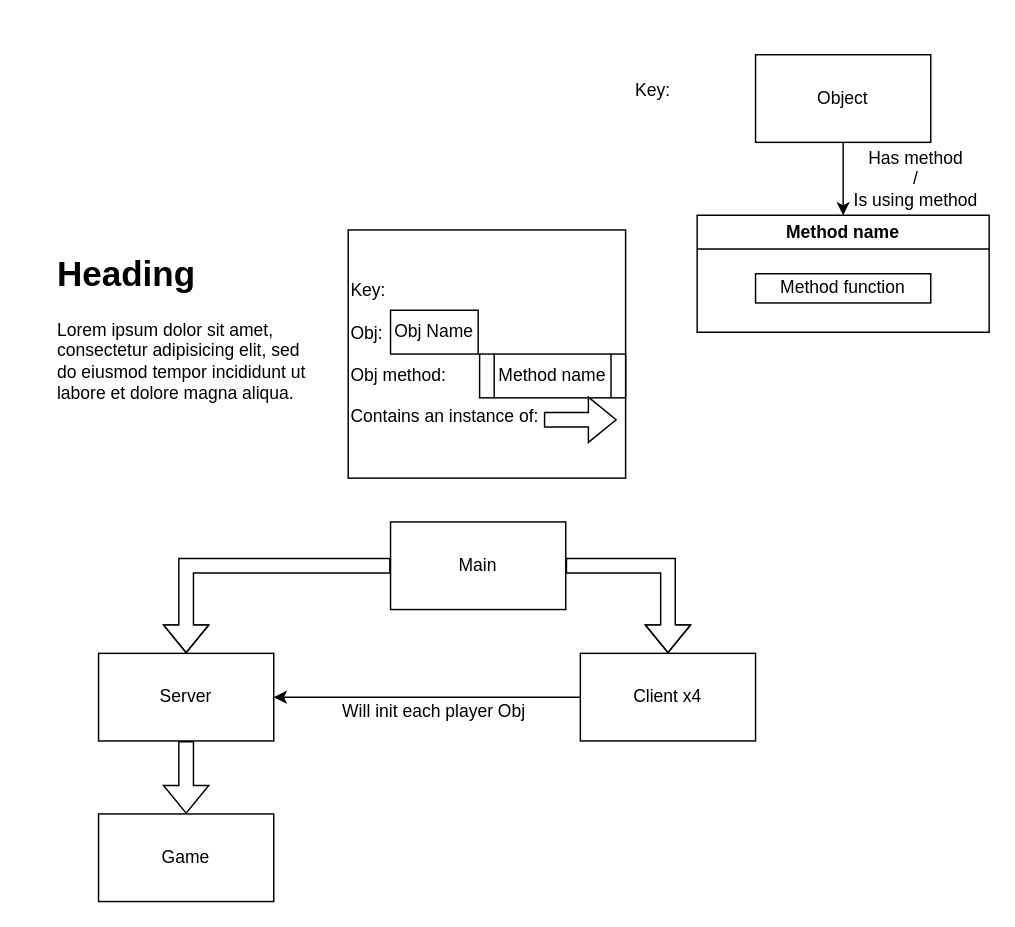
Above: Untitled Diagram.drawio in happyhourxd/EuchreJ (draw.io), before the change. Source tidied: cells renumbered, new cells numbered last; positions are measured from the earlier drawing's top-left corner, leaving out a move shared by most shapes. Both pictures are drawn from the tidied source at 146%, with x=0, y=0 at pixel (54, 54).
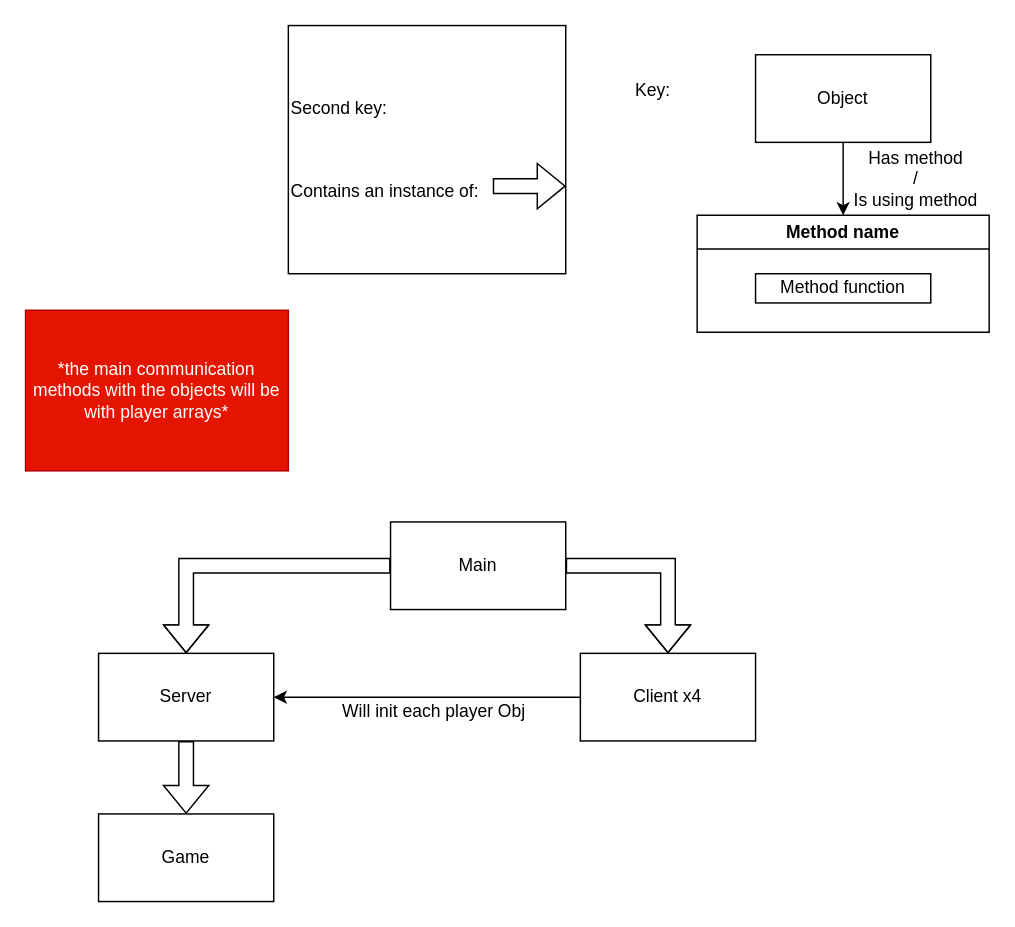
Above is the later version.

Commit message:
improved key and added the main communcation method box

Diff of the diagram source:
```diff
@@
-    <mxCell id="9" value="&lt;h1 style=&quot;margin-top: 0px;&quot;&gt;Heading&lt;/h1&gt;&lt;p&gt;Lorem ipsum dolor sit amet, consectetur adipisicing elit, sed do eiusmod tempor incididunt ut labore et dolore magna aliqua.&lt;/p&gt;" style="text;html=1;whiteSpace=wrap;overflow=hidden;rounded=0;" parent="1" vertex="1">
-      <mxGeometry y="130" width="180" height="120" as="geometry" />
-    </mxCell>
-    <mxCell id="10" value="&lt;div&gt;Key:&lt;/div&gt;&lt;div&gt;&lt;br&gt;&lt;/div&gt;&lt;div&gt;Obj:&lt;/div&gt;&lt;div&gt;&lt;br&gt;&lt;/div&gt;&lt;div&gt;Obj method:&lt;/div&gt;&lt;div&gt;&lt;br&gt;&lt;/div&gt;&lt;div&gt;Contains an instance of: &lt;br&gt;&lt;/div&gt;" style="rounded=0;whiteSpace=wrap;html=1;labelPosition=center;verticalLabelPosition=middle;align=left;verticalAlign=middle;textDirection=ltr;" parent="1" vertex="1">
-      <mxGeometry x="201" y="120" width="190" height="170" as="geometry" />
+    <mxCell id="10" value="Second key:&lt;div&gt;&lt;br&gt;&lt;/div&gt;&lt;br&gt;&lt;div&gt;&lt;br&gt;&lt;/div&gt;&lt;div&gt;Contains an instance of: &lt;br&gt;&lt;/div&gt;" style="rounded=0;whiteSpace=wrap;html=1;labelPosition=center;verticalLabelPosition=middle;align=left;verticalAlign=middle;textDirection=ltr;" parent="1" vertex="1">
+      <mxGeometry x="160" y="-20" width="190" height="170" as="geometry" />
     </mxCell>
-    <mxCell id="11" value="Obj Name" style="rounded=0;whiteSpace=wrap;html=1;" parent="1" vertex="1">
-      <mxGeometry x="230" y="175" width="60" height="30" as="geometry" />
-    </mxCell>
-    <mxCell id="12" value="Method name" style="shape=process;whiteSpace=wrap;html=1;backgroundOutline=1;" parent="1" vertex="1">
-      <mxGeometry x="291" y="205" width="100" height="30" as="geometry" />
-    </mxCell>
@@
     <mxCell id="14" style="shape=flexArrow;endArrow=classic;html=1;rounded=0;" parent="1" edge="1">
       <mxGeometry relative="1" as="geometry">
-        <mxPoint x="335" y="250" as="sourcePoint" />
-        <mxPoint x="385" y="250" as="targetPoint" />
+        <mxPoint x="300" y="90" as="sourcePoint" />
+        <mxPoint x="350" y="90" as="targetPoint" />
       </mxGeometry>
     </mxCell>
@@
+    <mxCell id="22" value="*the main communication methods with the objects will be with player arrays*" style="rounded=0;whiteSpace=wrap;html=1;fillColor=#e51400;fontColor=#ffffff;strokeColor=#B20000;" parent="1" vertex="1">
+      <mxGeometry x="-20" y="175" width="180" height="110" as="geometry" />
+    </mxCell>
```
